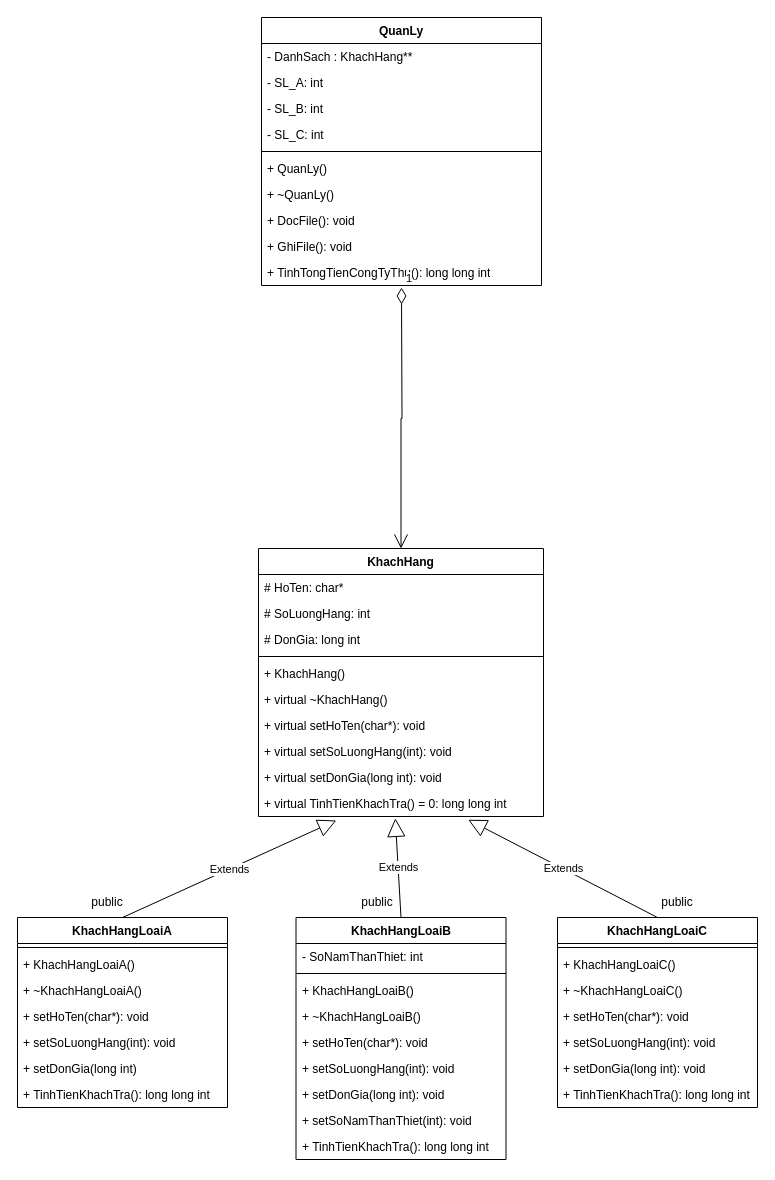
The draw.io diagram Chuong7.drawio in TrinhHoa-23520508/class-diagram, before the edit. Source tidied: cells renumbered, new cells numbered last; positions are measured from the earlier drawing's top-left corner, leaving out a move shared by most shapes. Both pictures are drawn from the tidied source at 100%, with x=0, y=0 at pixel (17, 17).
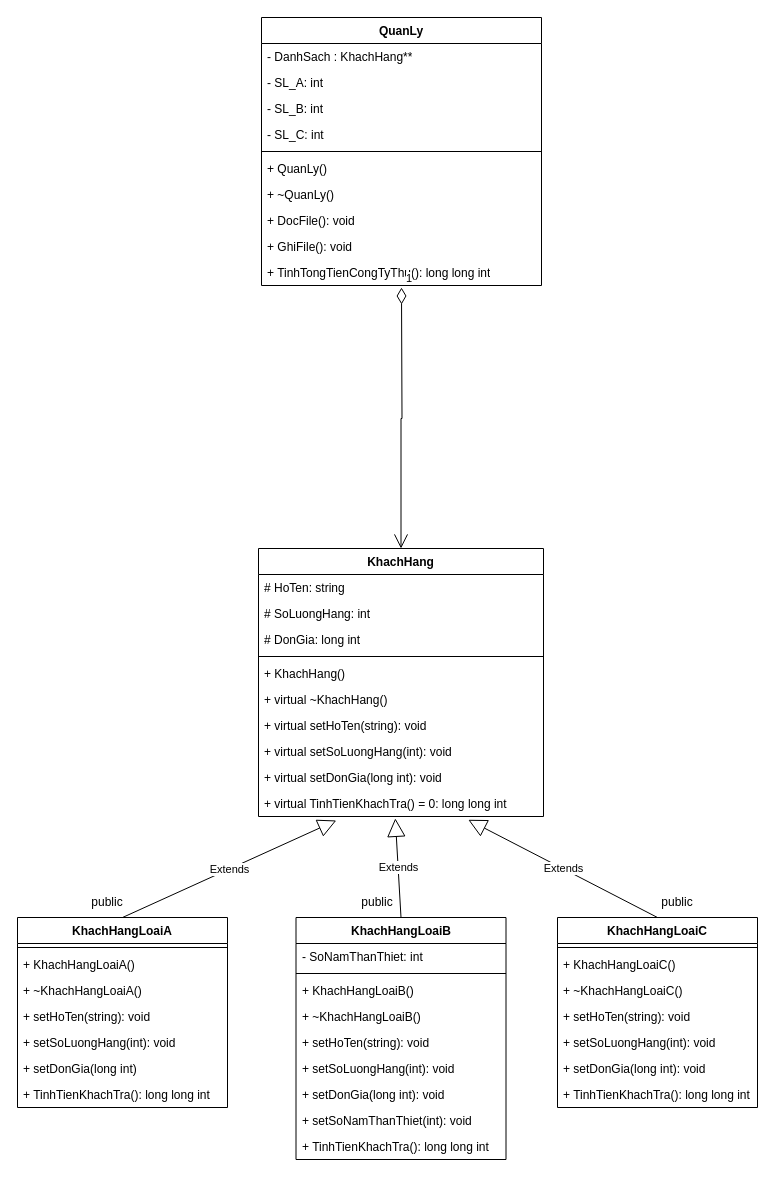
The same diagram, later.

Unchanged cells that the change refers to:
```xml
<mxCell id="2" value="KhachHang" style="swimlane;fontStyle=1;align=center;verticalAlign=top;horizontal=1;startSize=26;whiteSpace=wrap;html=1;" parent="1" vertex="1">
  <mxGeometry x="241" y="531" width="285" height="268" as="geometry" />
</mxCell>
<mxCell id="13" value="KhachHangLoaiA" style="swimlane;fontStyle=1;align=center;verticalAlign=top;horizontal=1;startSize=26;whiteSpace=wrap;html=1;" parent="1" vertex="1">
  <mxGeometry y="900" width="210" height="190" as="geometry" />
</mxCell>
<mxCell id="21" value="KhachHangLoaiB" style="swimlane;fontStyle=1;align=center;verticalAlign=top;horizontal=1;startSize=26;whiteSpace=wrap;html=1;" parent="1" vertex="1">
  <mxGeometry x="278.5" y="900" width="210" height="242" as="geometry" />
</mxCell>
<mxCell id="31" value="KhachHangLoaiC" style="swimlane;fontStyle=1;align=center;verticalAlign=top;horizontal=1;startSize=26;whiteSpace=wrap;html=1;" parent="1" vertex="1">
  <mxGeometry x="540" y="900" width="200" height="190" as="geometry" />
</mxCell>
```

Diff of the diagram source:
```diff
@@
-    <mxCell id="3" value="# HoTen: char*" style="text;strokeColor=none;fillColor=none;align=left;verticalAlign=top;spacingLeft=4;spacingRight=4;overflow=hidden;whiteSpace=wrap;html=1;" parent="2" vertex="1">
+    <mxCell id="3" value="# HoTen: string" style="text;strokeColor=none;fillColor=none;align=left;verticalAlign=top;spacingLeft=4;spacingRight=4;overflow=hidden;whiteSpace=wrap;html=1;" parent="2" vertex="1">
       <mxGeometry y="26" width="285" height="26" as="geometry" />
     </mxCell>
@@
-    <mxCell id="9" value="+ virtual setHoTen(char*): void" style="text;strokeColor=none;fillColor=none;align=left;verticalAlign=top;spacingLeft=4;spacingRight=4;overflow=hidden;whiteSpace=wrap;html=1;" parent="2" vertex="1">
+    <mxCell id="9" value="+ virtual setHoTen(string): void" style="text;strokeColor=none;fillColor=none;align=left;verticalAlign=top;spacingLeft=4;spacingRight=4;overflow=hidden;whiteSpace=wrap;html=1;" parent="2" vertex="1">
       <mxGeometry y="164" width="285" height="26" as="geometry" />
     </mxCell>
@@
-    <mxCell id="17" value="+ setHoTen(char*): void" style="text;strokeColor=none;fillColor=none;align=left;verticalAlign=top;spacingLeft=4;spacingRight=4;overflow=hidden;whiteSpace=wrap;html=1;" parent="13" vertex="1">
+    <mxCell id="17" value="+ setHoTen(string): void" style="text;strokeColor=none;fillColor=none;align=left;verticalAlign=top;spacingLeft=4;spacingRight=4;overflow=hidden;whiteSpace=wrap;html=1;" parent="13" vertex="1">
       <mxGeometry y="86" width="210" height="26" as="geometry" />
     </mxCell>
@@
-    <mxCell id="26" value="+ setHoTen(char*): void" style="text;strokeColor=none;fillColor=none;align=left;verticalAlign=top;spacingLeft=4;spacingRight=4;overflow=hidden;whiteSpace=wrap;html=1;" parent="21" vertex="1">
+    <mxCell id="26" value="+ setHoTen(string): void" style="text;strokeColor=none;fillColor=none;align=left;verticalAlign=top;spacingLeft=4;spacingRight=4;overflow=hidden;whiteSpace=wrap;html=1;" parent="21" vertex="1">
       <mxGeometry y="112" width="210" height="26" as="geometry" />
     </mxCell>
@@
-    <mxCell id="35" value="+ setHoTen(char*): void" style="text;strokeColor=none;fillColor=none;align=left;verticalAlign=top;spacingLeft=4;spacingRight=4;overflow=hidden;whiteSpace=wrap;html=1;" parent="31" vertex="1">
+    <mxCell id="35" value="+ setHoTen(string): void" style="text;strokeColor=none;fillColor=none;align=left;verticalAlign=top;spacingLeft=4;spacingRight=4;overflow=hidden;whiteSpace=wrap;html=1;" parent="31" vertex="1">
       <mxGeometry y="86" width="200" height="26" as="geometry" />
     </mxCell>
```
